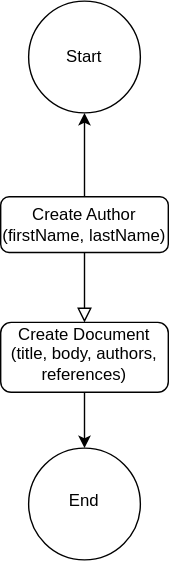
The draw.io diagram design-documents/document-and-author-management-flow-chat-diagram.drawio.svg in CkanthG/document-and-author-management-application, before a commit. Source tidied: cells renumbered, new cells last; positions are measured from the earlier drawing's top-left corner, leaving out a move shared by most shapes.
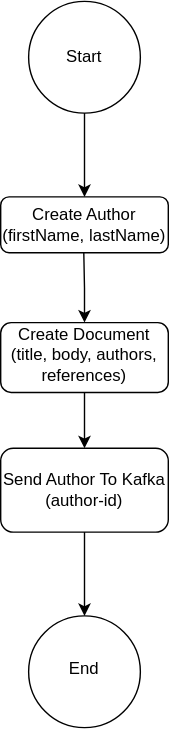
After the change.

Change to the diagram source:
```diff
@@ -2,12 +2,7 @@
   <root>
     <mxCell id="0" />
     <mxCell id="1" parent="0" />
-    <mxCell id="2" style="rounded=0;html=1;jettySize=auto;fontSize=11;endArrow=block;endFill=0;endSize=8;strokeWidth=1;shadow=0;labelBackgroundColor=none;edgeStyle=orthogonalEdgeStyle;" parent="1" edge="1" source="4">
-      <mxGeometry relative="1" as="geometry">
-        <mxPoint x="60" y="230" as="targetPoint" />
-      </mxGeometry>
-    </mxCell>
-    <mxCell id="3" style="edgeStyle=orthogonalEdgeStyle;rounded=0;jettySize=auto;html=1;" parent="1" edge="1" source="4" target="5">
+    <mxCell id="3" style="edgeStyle=orthogonalEdgeStyle;rounded=0;jettySize=auto;html=1;exitX=0.5;exitY=1;exitDx=0;exitDy=0;entryX=0.5;entryY=0;entryDx=0;entryDy=0;" parent="1" edge="1" source="5" target="4">
       <mxGeometry relative="1" as="geometry" />
     </mxCell>
     <mxCell id="4" value="Create Author (firstName, lastName)" style="rounded=1;whiteSpace=wrap;html=1;fontSize=12;glass=0;strokeWidth=1;shadow=0;" parent="1" vertex="1">
@@ -25,7 +20,19 @@
       <mxGeometry y="230" width="120" height="50" as="geometry" />
     </mxCell>
     <mxCell id="8" value="End" style="ellipse;whiteSpace=wrap;html=1;rounded=1;shadow=0;strokeWidth=1;spacing=6;spacingTop=-4;" parent="1" vertex="1">
-      <mxGeometry x="20" y="320" width="80" height="80" as="geometry" />
+      <mxGeometry x="20" y="440" width="80" height="80" as="geometry" />
     </mxCell>
+    <mxCell id="9" style="edgeStyle=orthogonalEdgeStyle;rounded=0;jettySize=auto;html=1;" parent="1" edge="1" source="10" target="8">
+      <mxGeometry relative="1" as="geometry" />
+    </mxCell>
+    <mxCell id="10" value="Send Author To Kafka&lt;div&gt;(author-id)&lt;/div&gt;" style="rounded=1;whiteSpace=wrap;html=1;" parent="1" vertex="1">
+      <mxGeometry y="320" width="120" height="60" as="geometry" />
+    </mxCell>
+    <mxCell id="11" style="edgeStyle=orthogonalEdgeStyle;rounded=0;orthogonalLoop=1;jettySize=auto;html=1;exitX=0.5;exitY=1;exitDx=0;exitDy=0;" parent="1" edge="1">
+      <mxGeometry relative="1" as="geometry">
+        <mxPoint x="59.5" y="180" as="sourcePoint" />
+        <mxPoint x="60" y="230" as="targetPoint" />
+      </mxGeometry>
+    </mxCell>
   </root>
 </mxGraphModel>
```
